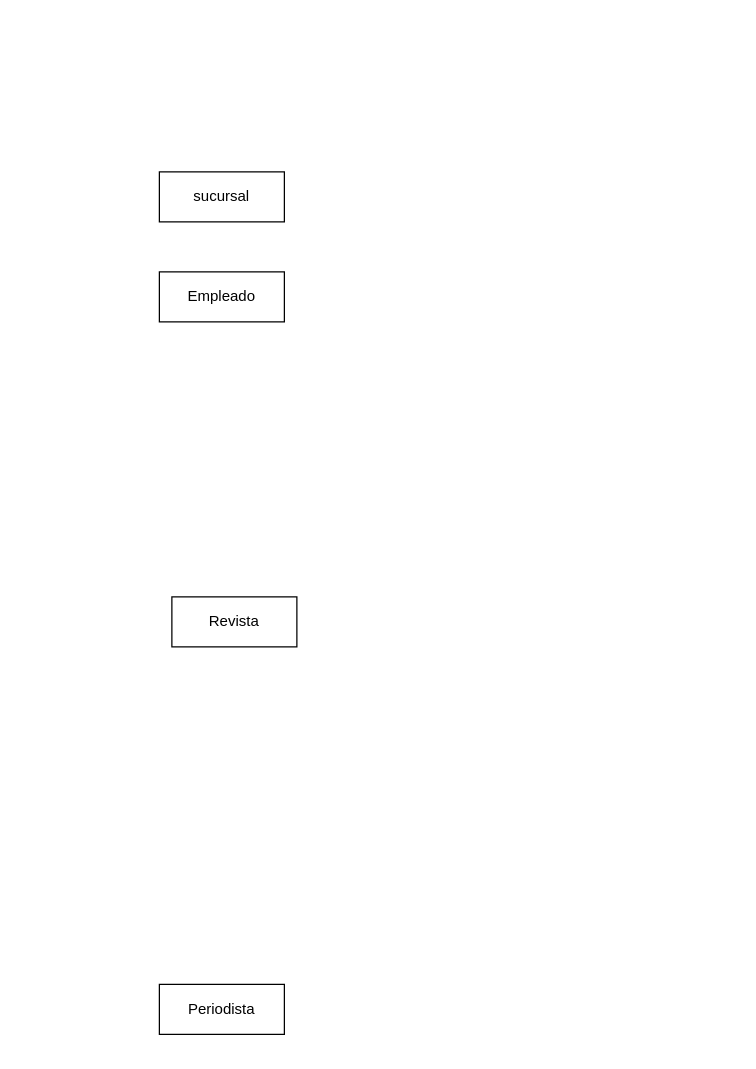
The draw.io diagram MER_Entregable2.drawio in PabloKooss/Tercer_Modulo, before the edit. Source tidied: cells renumbered, new cells numbered last; positions are measured from the earlier drawing's top-left corner, leaving out a move shared by most shapes. Both pictures are drawn from the tidied source at 125%, with x=0, y=0 at pixel (159, 171).
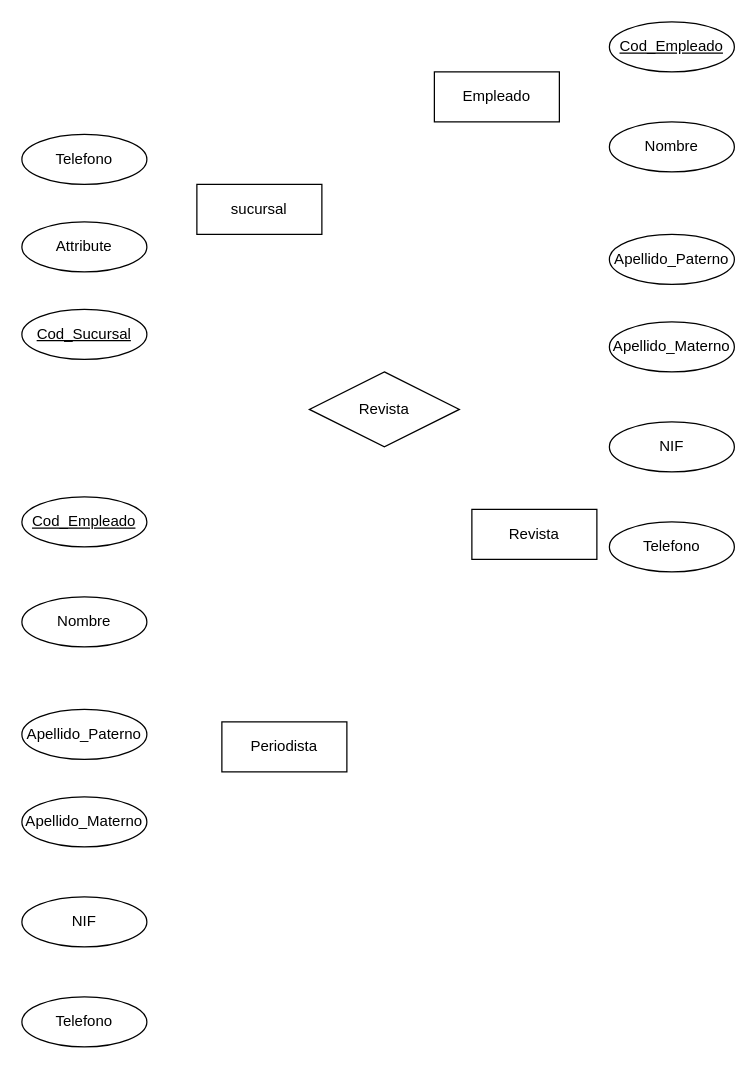
After the change.

Diff of the diagram source:
```diff
@@
     <mxCell id="2" value="sucursal" style="whiteSpace=wrap;html=1;align=center;" parent="1" vertex="1">
-      <mxGeometry width="100" height="40" as="geometry" />
+      <mxGeometry x="30" y="10" width="100" height="40" as="geometry" />
     </mxCell>
     <mxCell id="3" value="&lt;div&gt;Empleado&lt;/div&gt;" style="whiteSpace=wrap;html=1;align=center;" parent="1" vertex="1">
-      <mxGeometry y="80" width="100" height="40" as="geometry" />
+      <mxGeometry x="220" y="-80" width="100" height="40" as="geometry" />
     </mxCell>
     <mxCell id="4" value="&lt;div&gt;Periodista&lt;/div&gt;" style="whiteSpace=wrap;html=1;align=center;" parent="1" vertex="1">
-      <mxGeometry y="650" width="100" height="40" as="geometry" />
+      <mxGeometry x="50" y="440" width="100" height="40" as="geometry" />
     </mxCell>
     <mxCell id="5" value="Revista" style="whiteSpace=wrap;html=1;align=center;" parent="1" vertex="1">
-      <mxGeometry x="10" y="340" width="100" height="40" as="geometry" />
+      <mxGeometry x="250" y="270" width="100" height="40" as="geometry" />
     </mxCell>
+    <mxCell id="6" value="Telefono" style="ellipse;whiteSpace=wrap;html=1;align=center;" parent="1" vertex="1">
+      <mxGeometry x="-110" y="-30" width="100" height="40" as="geometry" />
+    </mxCell>
+    <mxCell id="7" value="Attribute" style="ellipse;whiteSpace=wrap;html=1;align=center;" parent="1" vertex="1">
+      <mxGeometry x="-110" y="40" width="100" height="40" as="geometry" />
+    </mxCell>
+    <mxCell id="8" value="&lt;div&gt;Cod_Sucursal&lt;/div&gt;" style="ellipse;whiteSpace=wrap;html=1;align=center;fontStyle=4;" parent="1" vertex="1">
+      <mxGeometry x="-110" y="110" width="100" height="40" as="geometry" />
+    </mxCell>
+    <mxCell id="9" value="Cod_Empleado" style="ellipse;whiteSpace=wrap;html=1;align=center;fontStyle=4;" parent="1" vertex="1">
+      <mxGeometry x="360" y="-120" width="100" height="40" as="geometry" />
+    </mxCell>
+    <mxCell id="10" value="Nombre" style="ellipse;whiteSpace=wrap;html=1;align=center;" parent="1" vertex="1">
+      <mxGeometry x="360" y="-40" width="100" height="40" as="geometry" />
+    </mxCell>
+    <mxCell id="11" value="&lt;div&gt;Apellido_Paterno&lt;/div&gt;" style="ellipse;whiteSpace=wrap;html=1;align=center;" parent="1" vertex="1">
+      <mxGeometry x="360" y="50" width="100" height="40" as="geometry" />
+    </mxCell>
+    <mxCell id="12" value="&lt;div&gt;Apellido_Materno&lt;/div&gt;" style="ellipse;whiteSpace=wrap;html=1;align=center;" parent="1" vertex="1">
+      <mxGeometry x="360" y="120" width="100" height="40" as="geometry" />
+    </mxCell>
+    <mxCell id="13" value="&lt;div&gt;NIF&lt;/div&gt;" style="ellipse;whiteSpace=wrap;html=1;align=center;" parent="1" vertex="1">
+      <mxGeometry x="360" y="200" width="100" height="40" as="geometry" />
+    </mxCell>
+    <mxCell id="14" value="Telefono" style="ellipse;whiteSpace=wrap;html=1;align=center;" parent="1" vertex="1">
+      <mxGeometry x="360" y="280" width="100" height="40" as="geometry" />
+    </mxCell>
+    <mxCell id="15" value="&lt;div&gt;Revista&lt;/div&gt;" style="shape=rhombus;perimeter=rhombusPerimeter;whiteSpace=wrap;html=1;align=center;" parent="1" vertex="1">
+      <mxGeometry x="120" y="160" width="120" height="60" as="geometry" />
+    </mxCell>
+    <mxCell id="16" value="Cod_Empleado" style="ellipse;whiteSpace=wrap;html=1;align=center;fontStyle=4;" parent="1" vertex="1">
+      <mxGeometry x="-110" y="260" width="100" height="40" as="geometry" />
+    </mxCell>
+    <mxCell id="17" value="Nombre" style="ellipse;whiteSpace=wrap;html=1;align=center;" parent="1" vertex="1">
+      <mxGeometry x="-110" y="340" width="100" height="40" as="geometry" />
+    </mxCell>
+    <mxCell id="18" value="&lt;div&gt;Apellido_Paterno&lt;/div&gt;" style="ellipse;whiteSpace=wrap;html=1;align=center;" parent="1" vertex="1">
+      <mxGeometry x="-110" y="430" width="100" height="40" as="geometry" />
+    </mxCell>
+    <mxCell id="19" value="&lt;div&gt;Apellido_Materno&lt;/div&gt;" style="ellipse;whiteSpace=wrap;html=1;align=center;" parent="1" vertex="1">
+      <mxGeometry x="-110" y="500" width="100" height="40" as="geometry" />
+    </mxCell>
+    <mxCell id="20" value="&lt;div&gt;NIF&lt;/div&gt;" style="ellipse;whiteSpace=wrap;html=1;align=center;" parent="1" vertex="1">
+      <mxGeometry x="-110" y="580" width="100" height="40" as="geometry" />
+    </mxCell>
+    <mxCell id="21" value="Telefono" style="ellipse;whiteSpace=wrap;html=1;align=center;" parent="1" vertex="1">
+      <mxGeometry x="-110" y="660" width="100" height="40" as="geometry" />
+    </mxCell>
```
